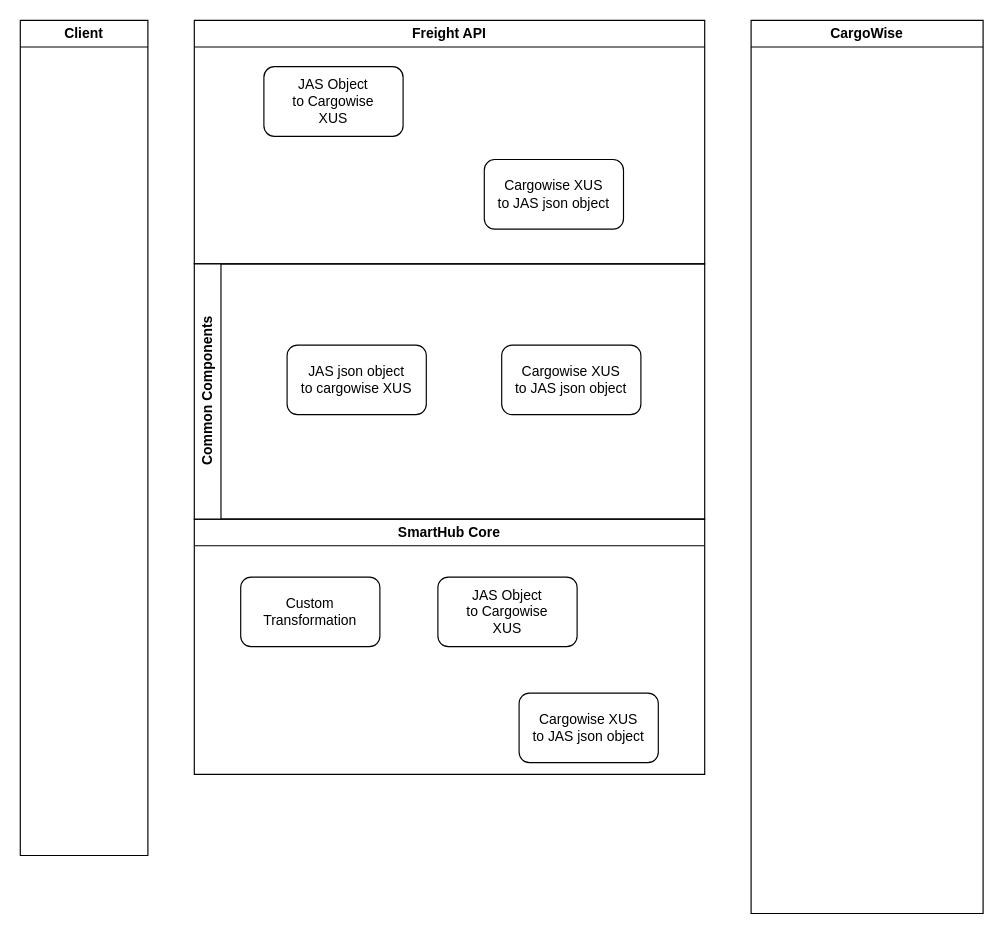
Above: FreightSICOverview.drawio in Cyrolies/TigersFreightDocs (draw.io), before the change. Source tidied: cells renumbered, new cells numbered last; positions are measured from the earlier drawing's top-left corner, leaving out a move shared by most shapes. Both pictures are drawn from the tidied source at 116%, with x=0, y=0 at pixel (20, 20).
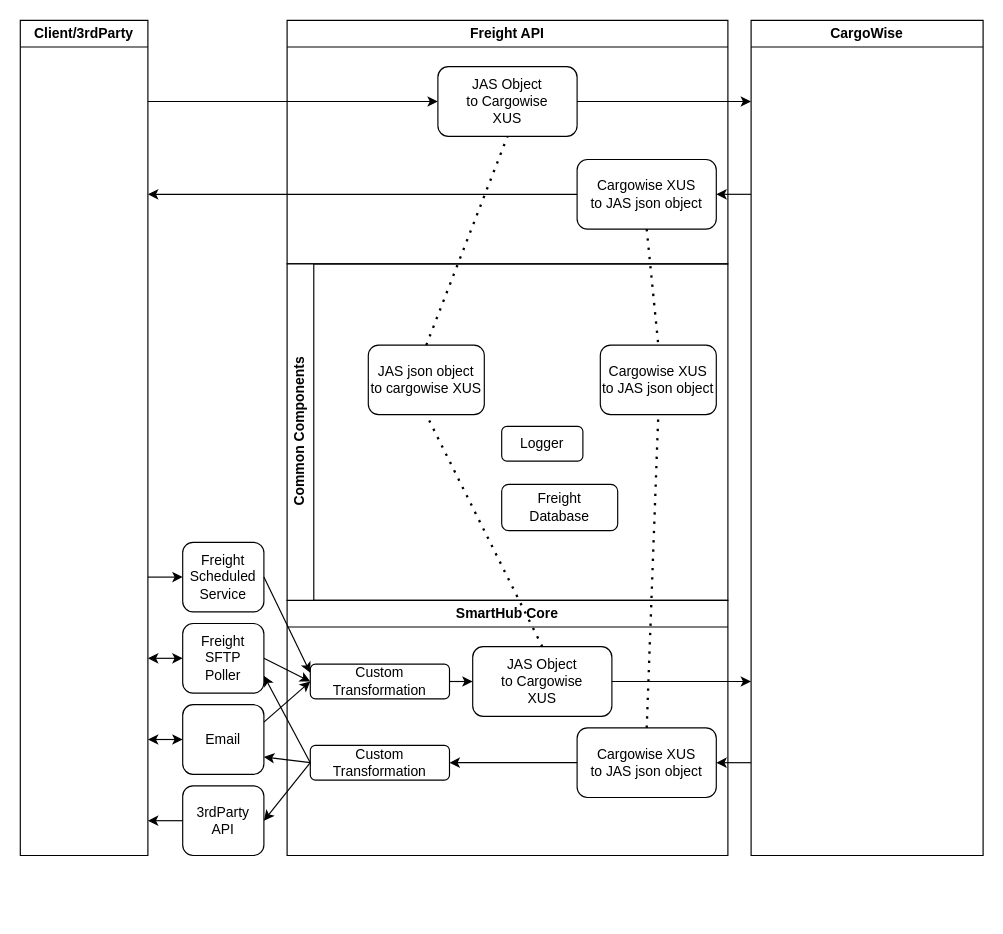
Above is the later version.

The change refers to these unchanged cells:
```xml
<mxCell id="8" value="Cargowise XUS&lt;br&gt;to JAS json object" style="rounded=1;whiteSpace=wrap;html=1;" parent="6" vertex="1">
  <mxGeometry x="250" y="120" width="120" height="60" as="geometry" />
</mxCell>
```

What changed in the source:
```diff
@@
     <mxCell id="2" value="SmartHub Core" style="swimlane;whiteSpace=wrap;html=1;" parent="1" vertex="1">
-      <mxGeometry x="150" y="430" width="440" height="220" as="geometry" />
+      <mxGeometry x="230" y="500" width="380" height="220" as="geometry" />
     </mxCell>
     <mxCell id="3" value="Custom&lt;br&gt;Transformation" style="rounded=1;whiteSpace=wrap;html=1;" parent="2" vertex="1">
-      <mxGeometry x="40" y="50" width="120" height="60" as="geometry" />
+      <mxGeometry x="20" y="55" width="120" height="30" as="geometry" />
     </mxCell>
     <mxCell id="4" value="JAS Object&lt;br&gt;to Cargowise&lt;br&gt;XUS" style="rounded=1;whiteSpace=wrap;html=1;" parent="2" vertex="1">
-      <mxGeometry x="210" y="50" width="120" height="60" as="geometry" />
+      <mxGeometry x="160" y="40" width="120" height="60" as="geometry" />
     </mxCell>
     <mxCell id="5" value="Cargowise XUS&lt;br&gt;to JAS json object" style="rounded=1;whiteSpace=wrap;html=1;" parent="2" vertex="1">
-      <mxGeometry x="280" y="150" width="120" height="60" as="geometry" />
+      <mxGeometry x="250" y="110" width="120" height="60" as="geometry" />
     </mxCell>
+    <mxCell id="14" style="endArrow=classic;html=1;rounded=0;exitX=1;exitY=0.5;exitDx=0;exitDy=0;entryX=0;entryY=0.5;entryDx=0;entryDy=0;" parent="2" edge="1" source="3" target="4">
+      <mxGeometry relative="1" as="geometry" />
+    </mxCell>
+    <mxCell id="15" value="Custom&lt;br&gt;Transformation" style="rounded=1;whiteSpace=wrap;html=1;" parent="2" vertex="1">
+      <mxGeometry x="20" y="125" width="120" height="30" as="geometry" />
+    </mxCell>
+    <mxCell id="16" style="endArrow=classic;html=1;rounded=0;exitX=0;exitY=0.5;exitDx=0;exitDy=0;entryX=1;entryY=0.5;entryDx=0;entryDy=0;" parent="2" edge="1" source="5" target="15">
+      <mxGeometry relative="1" as="geometry" />
+    </mxCell>
     <mxCell id="6" value="Freight API&lt;br&gt;" style="swimlane;whiteSpace=wrap;html=1;" parent="1" vertex="1">
-      <mxGeometry x="150" width="440" height="210" as="geometry" />
+      <mxGeometry x="230" width="380" height="210" as="geometry" />
     </mxCell>
     <mxCell id="7" value="JAS Object&lt;br&gt;to Cargowise&lt;br&gt;XUS" style="rounded=1;whiteSpace=wrap;html=1;" parent="6" vertex="1">
-      <mxGeometry x="60" y="40" width="120" height="60" as="geometry" />
+      <mxGeometry x="130" y="40" width="120" height="60" as="geometry" />
     </mxCell>
@@
     <mxCell id="9" value="Common Components" style="swimlane;horizontal=0;whiteSpace=wrap;html=1;" parent="1" vertex="1">
-      <mxGeometry x="150" y="210" width="440" height="220" as="geometry" />
+      <mxGeometry x="230" y="210" width="380" height="290" as="geometry" />
     </mxCell>
     <mxCell id="10" value="JAS json object&lt;br&gt;to cargowise XUS" style="rounded=1;whiteSpace=wrap;html=1;" parent="9" vertex="1">
-      <mxGeometry x="80" y="70" width="120" height="60" as="geometry" />
+      <mxGeometry x="70" y="70" width="100" height="60" as="geometry" />
     </mxCell>
     <mxCell id="11" value="Cargowise XUS&lt;br&gt;to JAS json object" style="rounded=1;whiteSpace=wrap;html=1;" parent="9" vertex="1">
-      <mxGeometry x="265" y="70" width="120" height="60" as="geometry" />
+      <mxGeometry x="270" y="70" width="100" height="60" as="geometry" />
     </mxCell>
+    <mxCell id="17" value="Logger" style="rounded=1;whiteSpace=wrap;html=1;" parent="9" vertex="1">
+      <mxGeometry x="185" y="140" width="70" height="30" as="geometry" />
+    </mxCell>
+    <mxCell id="18" value="Freight&lt;br&gt;Database" style="rounded=1;whiteSpace=wrap;html=1;" parent="9" vertex="1">
+      <mxGeometry x="185" y="190" width="100" height="40" as="geometry" />
+    </mxCell>
     <mxCell id="12" value="CargoWise" style="swimlane;whiteSpace=wrap;html=1;" parent="1" vertex="1">
-      <mxGeometry x="630" width="200" height="770" as="geometry" />
+      <mxGeometry x="630" width="200" height="720" as="geometry" />
     </mxCell>
-    <mxCell id="13" value="Client" style="swimlane;whiteSpace=wrap;html=1;" parent="1" vertex="1">
+    <mxCell id="13" value="Client/3rdParty" style="swimlane;whiteSpace=wrap;html=1;" parent="1" vertex="1">
       <mxGeometry width="110" height="720" as="geometry" />
     </mxCell>
+    <mxCell id="19" style="endArrow=classic;html=1;rounded=0;entryX=0;entryY=0.5;entryDx=0;entryDy=0;exitX=1;exitY=0.5;exitDx=0;exitDy=0;" parent="1" edge="1" source="29" target="3">
+      <mxGeometry relative="1" as="geometry" />
+    </mxCell>
+    <mxCell id="20" style="endArrow=classic;html=1;rounded=0;exitX=1;exitY=0.5;exitDx=0;exitDy=0;" parent="1" edge="1" source="4">
+      <mxGeometry relative="1" as="geometry">
+        <mxPoint x="630" y="570" as="targetPoint" />
+      </mxGeometry>
+    </mxCell>
+    <mxCell id="21" style="endArrow=classic;html=1;rounded=0;entryX=1;entryY=0.5;entryDx=0;entryDy=0;" parent="1" edge="1" target="5">
+      <mxGeometry relative="1" as="geometry">
+        <mxPoint x="630" y="640" as="sourcePoint" />
+      </mxGeometry>
+    </mxCell>
+    <mxCell id="22" style="endArrow=none;dashed=1;html=1;dashPattern=1 3;strokeWidth=2;rounded=0;exitX=0.5;exitY=0;exitDx=0;exitDy=0;entryX=0.5;entryY=1;entryDx=0;entryDy=0;" parent="1" edge="1" source="4" target="10">
+      <mxGeometry relative="1" as="geometry" />
+    </mxCell>
+    <mxCell id="23" style="endArrow=none;dashed=1;html=1;dashPattern=1 3;strokeWidth=2;rounded=0;exitX=0.5;exitY=0;exitDx=0;exitDy=0;entryX=0.5;entryY=1;entryDx=0;entryDy=0;" parent="1" edge="1" source="10" target="7">
+      <mxGeometry relative="1" as="geometry" />
+    </mxCell>
+    <mxCell id="24" style="endArrow=classic;html=1;rounded=0;exitX=1;exitY=0.5;exitDx=0;exitDy=0;" parent="1" edge="1" source="7">
+      <mxGeometry relative="1" as="geometry">
+        <mxPoint x="630" y="70" as="targetPoint" />
+      </mxGeometry>
+    </mxCell>
+    <mxCell id="25" style="endArrow=classic;html=1;rounded=0;entryX=0;entryY=0.5;entryDx=0;entryDy=0;" parent="1" edge="1" target="7">
+      <mxGeometry relative="1" as="geometry">
+        <mxPoint x="110" y="70" as="sourcePoint" />
+      </mxGeometry>
+    </mxCell>
+    <mxCell id="26" style="endArrow=none;dashed=1;html=1;dashPattern=1 3;strokeWidth=2;rounded=0;exitX=0.5;exitY=1;exitDx=0;exitDy=0;entryX=0.5;entryY=0;entryDx=0;entryDy=0;" parent="1" edge="1" source="8" target="11">
+      <mxGeometry relative="1" as="geometry" />
+    </mxCell>
+    <mxCell id="27" style="endArrow=none;dashed=1;html=1;dashPattern=1 3;strokeWidth=2;rounded=0;exitX=0.5;exitY=0;exitDx=0;exitDy=0;entryX=0.5;entryY=1;entryDx=0;entryDy=0;" parent="1" edge="1" source="5" target="11">
+      <mxGeometry relative="1" as="geometry" />
+    </mxCell>
+    <mxCell id="28" style="endArrow=classic;html=1;rounded=0;exitX=0;exitY=0.5;exitDx=0;exitDy=0;entryX=1;entryY=0.75;entryDx=0;entryDy=0;" parent="1" edge="1" source="15" target="30">
+      <mxGeometry relative="1" as="geometry" />
+    </mxCell>
+    <mxCell id="29" value="Freight &lt;br&gt;SFTP&lt;br&gt;Poller" style="rounded=1;whiteSpace=wrap;html=1;" parent="1" vertex="1">
+      <mxGeometry x="140" y="520" width="70" height="60" as="geometry" />
+    </mxCell>
+    <mxCell id="30" value="Email" style="rounded=1;whiteSpace=wrap;html=1;" parent="1" vertex="1">
+      <mxGeometry x="140" y="590" width="70" height="60" as="geometry" />
+    </mxCell>
+    <mxCell id="31" style="endArrow=classic;html=1;rounded=0;exitX=0;exitY=0.5;exitDx=0;exitDy=0;entryX=1;entryY=0.75;entryDx=0;entryDy=0;" parent="1" edge="1" source="15" target="29">
+      <mxGeometry relative="1" as="geometry" />
+    </mxCell>
+    <mxCell id="32" style="endArrow=classic;html=1;rounded=0;exitX=1;exitY=0.25;exitDx=0;exitDy=0;entryX=0;entryY=0.5;entryDx=0;entryDy=0;" parent="1" edge="1" source="30" target="3">
+      <mxGeometry relative="1" as="geometry" />
+    </mxCell>
+    <mxCell id="33" style="endArrow=classic;startArrow=classic;html=1;rounded=0;entryX=0;entryY=0.5;entryDx=0;entryDy=0;" parent="1" edge="1" target="29">
+      <mxGeometry relative="1" as="geometry">
+        <mxPoint x="110" y="550" as="sourcePoint" />
+      </mxGeometry>
+    </mxCell>
+    <mxCell id="34" style="endArrow=classic;startArrow=classic;html=1;rounded=0;entryX=0;entryY=0.5;entryDx=0;entryDy=0;" parent="1" edge="1" target="30">
+      <mxGeometry relative="1" as="geometry">
+        <mxPoint x="110" y="620" as="sourcePoint" />
+      </mxGeometry>
+    </mxCell>
+    <mxCell id="35" style="endArrow=classic;html=1;rounded=0;exitX=0;exitY=0.5;exitDx=0;exitDy=0;" parent="1" edge="1" source="8">
+      <mxGeometry relative="1" as="geometry">
+        <mxPoint x="110" y="150" as="targetPoint" />
+      </mxGeometry>
+    </mxCell>
+    <mxCell id="36" style="endArrow=classic;html=1;rounded=0;entryX=1;entryY=0.5;entryDx=0;entryDy=0;" parent="1" edge="1" target="8">
+      <mxGeometry relative="1" as="geometry">
+        <mxPoint x="630" y="150" as="sourcePoint" />
+      </mxGeometry>
+    </mxCell>
+    <mxCell id="37" value="3rdParty&lt;br&gt;API" style="rounded=1;whiteSpace=wrap;html=1;" parent="1" vertex="1">
+      <mxGeometry x="140" y="660" width="70" height="60" as="geometry" />
+    </mxCell>
+    <mxCell id="38" style="endArrow=classic;html=1;rounded=0;exitX=0;exitY=0.5;exitDx=0;exitDy=0;entryX=1;entryY=0.5;entryDx=0;entryDy=0;" parent="1" edge="1" source="15" target="37">
+      <mxGeometry relative="1" as="geometry" />
+    </mxCell>
+    <mxCell id="39" style="endArrow=classic;html=1;rounded=0;exitX=0;exitY=0.5;exitDx=0;exitDy=0;" parent="1" edge="1" source="37">
+      <mxGeometry relative="1" as="geometry">
+        <mxPoint x="110" y="690" as="targetPoint" />
+      </mxGeometry>
+    </mxCell>
+    <mxCell id="40" value="Freight&lt;br&gt;Scheduled Service" style="rounded=1;whiteSpace=wrap;html=1;" parent="1" vertex="1">
+      <mxGeometry x="140" y="450" width="70" height="60" as="geometry" />
+    </mxCell>
+    <mxCell id="41" style="endArrow=classic;html=1;rounded=0;entryX=0;entryY=0.5;entryDx=0;entryDy=0;" parent="1" edge="1" target="40">
+      <mxGeometry relative="1" as="geometry">
+        <mxPoint x="110" y="480" as="sourcePoint" />
+      </mxGeometry>
+    </mxCell>
+    <mxCell id="42" style="endArrow=classic;html=1;rounded=0;exitX=1;exitY=0.5;exitDx=0;exitDy=0;entryX=0;entryY=0.25;entryDx=0;entryDy=0;" parent="1" edge="1" source="40" target="3">
+      <mxGeometry relative="1" as="geometry" />
+    </mxCell>
```
